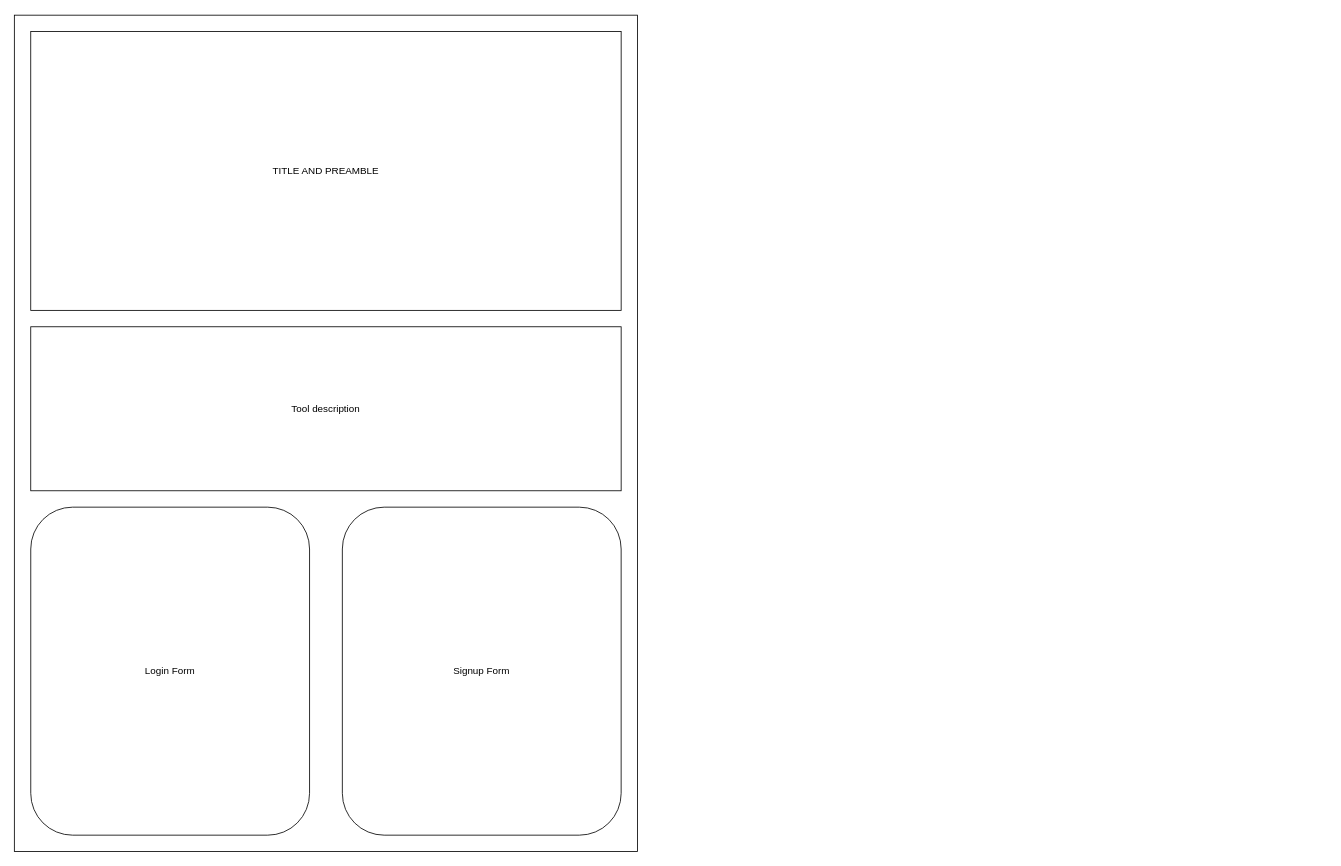
corey-richardson/comp3000 keeps this draw.io diagram as 04-Wireframes/HOME-Homepage.drawio. Above is the earlier version. Source tidied: cells renumbered, new cells numbered last; positions are measured from the earlier drawing's top-left corner, leaving out a move shared by most shapes. Both pictures are drawn from the tidied source at 82%, with x=0, y=0 at pixel (14, 15).
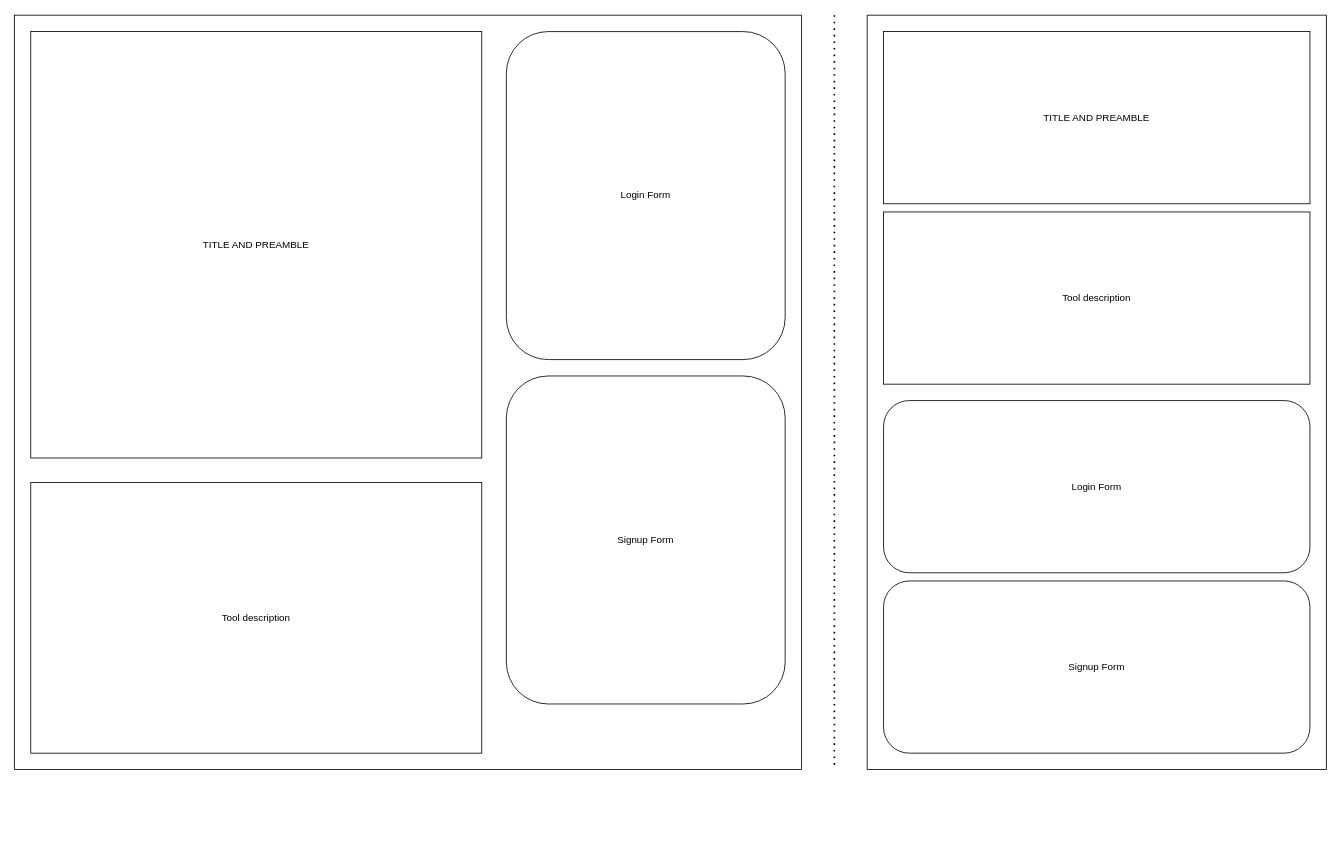
The same diagram, later.

Change to the diagram source:
```diff
@@
 <mxGraphModel>
   <root>
     <mxCell id="0" />
     <mxCell id="1" parent="0" />
     <mxCell id="2" style="rounded=0;whiteSpace=wrap;html=1;align=left;" parent="1" vertex="1">
-      <mxGeometry width="760" height="1020" as="geometry" />
+      <mxGeometry width="960" height="920" as="geometry" />
     </mxCell>
     <mxCell id="3" value="TITLE AND PREAMBLE" style="rounded=0;whiteSpace=wrap;html=1;" parent="1" vertex="1">
-      <mxGeometry x="20" y="20" width="720" height="340" as="geometry" />
+      <mxGeometry x="20" y="20" width="550" height="520" as="geometry" />
     </mxCell>
     <mxCell id="4" value="Tool description" style="rounded=0;whiteSpace=wrap;html=1;" parent="1" vertex="1">
-      <mxGeometry x="20" y="380" width="720" height="200" as="geometry" />
+      <mxGeometry x="20" y="570" width="550" height="330" as="geometry" />
     </mxCell>
     <mxCell id="5" value="Login Form" style="rounded=1;whiteSpace=wrap;html=1;" parent="1" vertex="1">
-      <mxGeometry x="20" y="600" width="340" height="400" as="geometry" />
+      <mxGeometry x="600" y="20" width="340" height="400" as="geometry" />
     </mxCell>
     <mxCell id="6" value="Signup Form" style="rounded=1;whiteSpace=wrap;html=1;" parent="1" vertex="1">
-      <mxGeometry x="400" y="600" width="340" height="400" as="geometry" />
+      <mxGeometry x="600" y="440" width="340" height="400" as="geometry" />
     </mxCell>
+    <mxCell id="7" style="endArrow=none;dashed=1;html=1;dashPattern=1 3;strokeWidth=2;rounded=0;" parent="1" edge="1">
+      <mxGeometry relative="1" as="geometry">
+        <mxPoint x="1000" as="sourcePoint" />
+        <mxPoint x="1000" y="920" as="targetPoint" />
+      </mxGeometry>
+    </mxCell>
+    <mxCell id="8" style="rounded=0;whiteSpace=wrap;html=1;align=left;" parent="1" vertex="1">
+      <mxGeometry x="1040" width="560" height="920" as="geometry" />
+    </mxCell>
+    <mxCell id="9" value="TITLE AND PREAMBLE" style="rounded=0;whiteSpace=wrap;html=1;" parent="1" vertex="1">
+      <mxGeometry x="1060" y="20" width="520" height="210" as="geometry" />
+    </mxCell>
+    <mxCell id="10" value="Tool description" style="rounded=0;whiteSpace=wrap;html=1;" parent="1" vertex="1">
+      <mxGeometry x="1060" y="240" width="520" height="210" as="geometry" />
+    </mxCell>
+    <mxCell id="11" value="Login Form" style="rounded=1;whiteSpace=wrap;html=1;" parent="1" vertex="1">
+      <mxGeometry x="1060" y="470" width="520" height="210" as="geometry" />
+    </mxCell>
+    <mxCell id="12" value="Signup Form" style="rounded=1;whiteSpace=wrap;html=1;" parent="1" vertex="1">
+      <mxGeometry x="1060" y="690" width="520" height="210" as="geometry" />
+    </mxCell>
   </root>
 </mxGraphModel>
```
